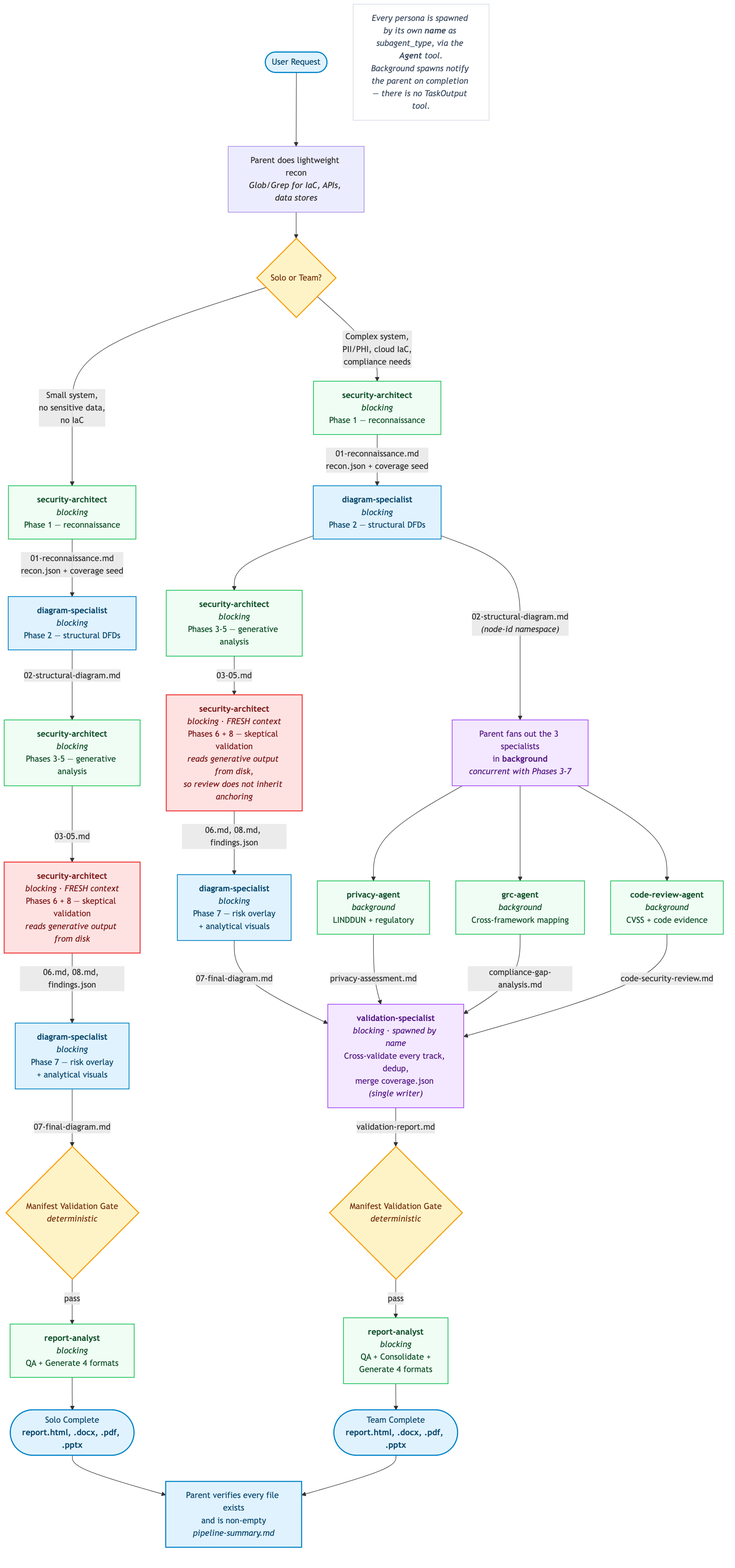
trwilcoxson/threat-model-suite keeps this Mermaid diagram as docs/diagrams/pipeline-flow.png. Above is the earlier version. Its source is kept beside it as docs/diagrams/pipeline-flow.mmd. Its diagram source:
```mermaid
%%{init: {"theme": "base", "themeVariables": {"primaryColor": "#f5f5f5", "primaryTextColor": "#1a1a2e", "primaryBorderColor": "#555", "lineColor": "#4a4a6a", "secondaryColor": "#e8eaf6", "fontSize": "15px", "fontFamily": "'Segoe UI', 'Helvetica Neue', Arial, sans-serif", "edgeLabelBackground": "#ffffffee", "clusterBkg": "#f8f9fa", "clusterBorder": "#dee2e6"}, "flowchart": {"useMaxWidth": false, "htmlLabels": true, "curve": "basis", "padding": 24, "nodeSpacing": 50, "rankSpacing": 60}}}%%

flowchart TD
    Start(["User Request"]) --> Step0["<b>Step 0 — run selection</b><br/>menu: mode · team · outputs · chain <i>(opt-in)</i><br/><i>STOP for user pick</i> → run-plan.json"]
    Step0 --> Plan{"START gate<br/><i>run-plan.json confirmed?</i>"}
    Plan -->|"deny → show menu"| Step0
    Plan -->|"pass"| Recon["Parent does lightweight recon<br/><i>Glob/Grep for IaC, APIs, data stores</i>"]
    Recon --> Mode{"Solo or Team?"}

    Mode -->|"Small system,<br/>no sensitive data,<br/>no IaC"| Solo_SA1["<b>security-architect</b><br/><i>blocking</i><br/>Phase 1 — reconnaissance"]
    Solo_SA1 -->|"01-reconnaissance.md<br/>recon.json + coverage seed"| Solo_DS1["<b>diagram-specialist</b><br/><i>blocking</i><br/>Phase 2 — structural DFDs"]
    Solo_DS1 -->|"02-structural-diagram.md"| Solo_SA2["<b>security-architect</b><br/><i>blocking</i><br/>Phases 3-5 — generative analysis"]
    Solo_SA2 -->|"03-05.md"| Solo_SAV["<b>security-architect</b><br/><i>blocking · FRESH context</i><br/>Phases 6 + 8 — skeptical validation<br/><i>reads generative output from disk</i>"]
    Solo_SAV -->|"06.md, 08.md, findings.json"| Solo_DS2["<b>diagram-specialist</b><br/><i>blocking</i><br/>Phase 7 — risk overlay<br/>+ analytical visuals"]
    Solo_DS2 -->|"07-final-diagram.md"| Solo_Gate{"Manifest Validation Gate<br/><i>deterministic</i>"}
    Solo_Gate -->|"pass"| Solo_RA["<b>report-analyst</b><br/><i>blocking</i><br/>QA + Generate 4 formats"]
    Solo_RA --> Solo_Done(["Solo Complete<br/><b>report.html, .docx, .pdf, .pptx</b>"])
    Solo_RA -.->|"if dashboard ∈ run-plan.outputs"| Dash["<b>dashboard.html</b><br/><i>Phase 8 · opt-in</i><br/>offline analytics + run's own diagram"]

    Mode -->|"Complex system,<br/>PII/PHI, cloud IaC,<br/>compliance needs"| Team_SA1["<b>security-architect</b><br/><i>blocking</i><br/>Phase 1 — reconnaissance"]
    Team_SA1 -->|"01-reconnaissance.md<br/>recon.json + coverage seed"| Team_DS1["<b>diagram-specialist</b><br/><i>blocking</i><br/>Phase 2 — structural DFDs"]

    Team_DS1 -->|"02-structural-diagram.md<br/><i>(node-id namespace)</i>"| Fork["Parent fans out the 3 specialists<br/>in <b>background</b><br/><i>concurrent with Phases 3-7</i>"]
    Team_DS1 --> Team_SA2["<b>security-architect</b><br/><i>blocking</i><br/>Phases 3-5 — generative analysis"]

    Fork --> PA["<b>privacy-agent</b><br/><i>background</i><br/>LINDDUN + regulatory"]
    Fork --> GRC["<b>grc-agent</b><br/><i>background</i><br/>Cross-framework mapping"]
    Fork --> CR["<b>code-review-agent</b><br/><i>background</i><br/>CVSS + code evidence"]

    Team_SA2 -->|"03-05.md"| Team_SAV["<b>security-architect</b><br/><i>blocking · FRESH context</i><br/>Phases 6 + 8 — skeptical validation<br/><i>reads generative output from disk,<br/>so review does not inherit anchoring</i>"]
    Team_SAV -->|"06.md, 08.md, findings.json"| Team_DS2["<b>diagram-specialist</b><br/><i>blocking</i><br/>Phase 7 — risk overlay<br/>+ analytical visuals"]

    VS["<b>validation-specialist</b><br/><i>blocking · spawned by name</i><br/>Cross-validate every track, dedup,<br/>merge coverage.json <i>(single writer)</i>"]

    Team_DS2 -->|"07-final-diagram.md"| VS
    PA -->|"privacy-assessment.md"| VS
    GRC -->|"compliance-gap-analysis.md"| VS
    CR -->|"code-security-review.md"| VS

    VS -->|"validation-report.md"| Team_Gate{"Manifest Validation Gate<br/><i>deterministic</i>"}
    Team_Gate -->|"pass"| Team_RA["<b>report-analyst</b><br/><i>blocking</i><br/>QA + Consolidate +<br/>Generate 4 formats"]
    Team_RA --> Team_Done(["Team Complete<br/><b>report.html, .docx, .pdf, .pptx</b>"])
    Team_RA -.->|"if dashboard ∈ run-plan.outputs"| Dash

    Dash -.->|"if chained (Step-0 opt-in)<br/>upsert run into portfolio.json"| Portfolio["<b>portfolio.html</b> — portfolio meta-view<br/><i>level above the per-product dashboard</i><br/>rolls up N member runs (worst-of posture,<br/>summed severity, assessed-weighted coverage,<br/>chain map, cross-product CWE/ATT&amp;CK/STRIDE)<br/>cards drill into each product's own dashboard.html"]

    Solo_Done --> Verify["Parent verifies every file exists<br/>and is non-empty<br/><i>pipeline-summary.md</i>"]
    Team_Done --> Verify

    Note["<i>Every persona is spawned by its own <b>name</b> as subagent_type, via the <b>Agent</b> tool.<br/>Background spawns notify the parent on completion — there is no TaskOutput tool.</i>"]

    classDef start fill:#e0f2fe,stroke:#0284c7,stroke-width:2px,color:#0c4a6e
    classDef decision fill:#fef3c7,stroke:#f59e0b,stroke-width:2px,color:#78350f
    classDef agent fill:#f0fdf4,stroke:#22c55e,stroke-width:1.5px,color:#14532d
    classDef diagram fill:#e0f2fe,stroke:#0284c7,stroke-width:1.5px,color:#0c4a6e
    classDef done fill:#f0fdf4,stroke:#16a34a,stroke-width:2px,color:#14532d
    classDef control fill:#f3e8ff,stroke:#a855f7,stroke-width:1.5px,color:#581c87
    classDef fresh fill:#fee2e2,stroke:#ef4444,stroke-width:2px,color:#7f1d1d
    classDef note fill:#ffffff,stroke:#cbd5e1,stroke-width:1px,color:#475569

    class Start,Solo_Done,Team_Done,Verify start
    class Step0,Dash agent
    class Portfolio done
    class Mode,Solo_Gate,Team_Gate,Plan decision
    class Solo_SA1,Solo_SA2,Team_SA1,Team_SA2,PA,GRC,CR,Solo_RA,Team_RA agent
    class Solo_DS1,Solo_DS2,Team_DS1,Team_DS2 diagram
    class Fork,VS control
    class Solo_SAV,Team_SAV fresh
    class Note note
```
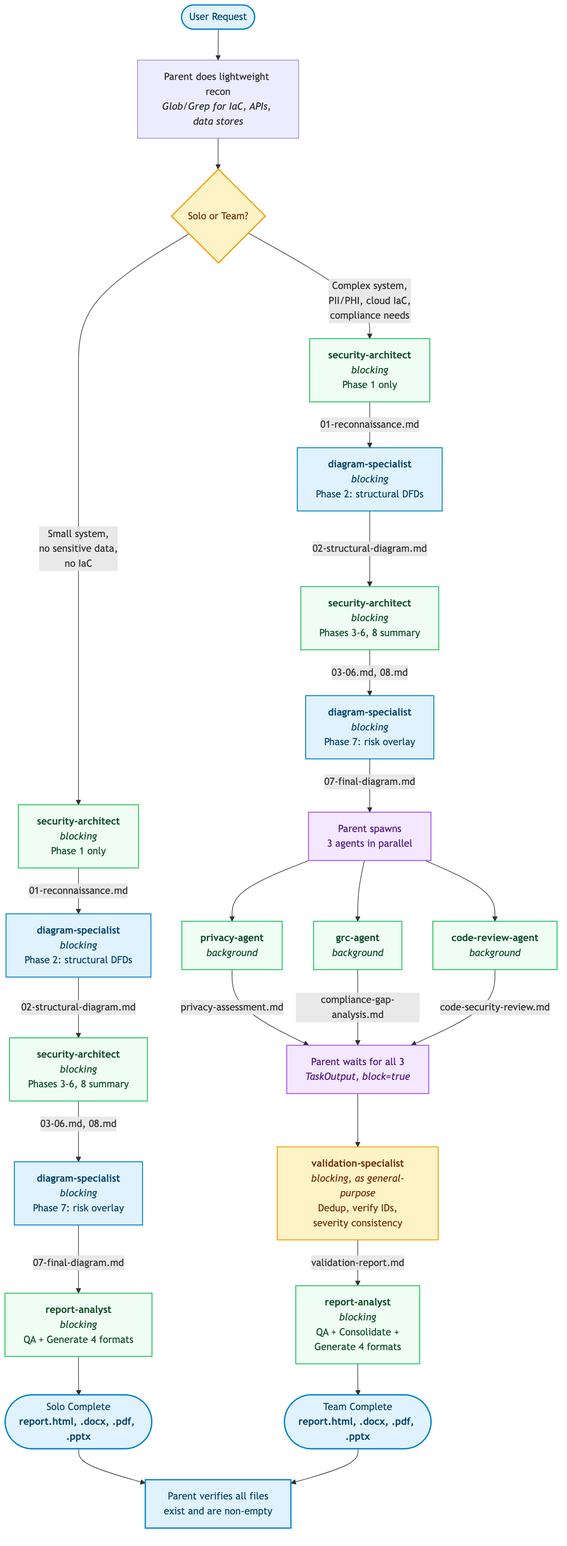
After the commit.

The edit, as a diff of the source:
```diff
@@ -1,69 +1,52 @@
 %%{init: {"theme": "base", "themeVariables": {"primaryColor": "#f5f5f5", "primaryTextColor": "#1a1a2e", "primaryBorderColor": "#555", "lineColor": "#4a4a6a", "secondaryColor": "#e8eaf6", "fontSize": "15px", "fontFamily": "'Segoe UI', 'Helvetica Neue', Arial, sans-serif", "edgeLabelBackground": "#ffffffee", "clusterBkg": "#f8f9fa", "clusterBorder": "#dee2e6"}, "flowchart": {"useMaxWidth": false, "htmlLabels": true, "curve": "basis", "padding": 24, "nodeSpacing": 50, "rankSpacing": 60}}}%%
 
 flowchart TD
-    Start(["User Request"]) --> Step0["<b>Step 0 — run selection</b><br/>menu: mode · team · outputs · chain <i>(opt-in)</i><br/><i>STOP for user pick</i> → run-plan.json"]
-    Step0 --> Plan{"START gate<br/><i>run-plan.json confirmed?</i>"}
-    Plan -->|"deny → show menu"| Step0
-    Plan -->|"pass"| Recon["Parent does lightweight recon<br/><i>Glob/Grep for IaC, APIs, data stores</i>"]
+    Start(["User Request"]) --> Recon["Parent does lightweight recon<br/><i>Glob/Grep for IaC, APIs, data stores</i>"]
     Recon --> Mode{"Solo or Team?"}
 
-    Mode -->|"Small system,<br/>no sensitive data,<br/>no IaC"| Solo_SA1["<b>security-architect</b><br/><i>blocking</i><br/>Phase 1 — reconnaissance"]
-    Solo_SA1 -->|"01-reconnaissance.md<br/>recon.json + coverage seed"| Solo_DS1["<b>diagram-specialist</b><br/><i>blocking</i><br/>Phase 2 — structural DFDs"]
-    Solo_DS1 -->|"02-structural-diagram.md"| Solo_SA2["<b>security-architect</b><br/><i>blocking</i><br/>Phases 3-5 — generative analysis"]
-    Solo_SA2 -->|"03-05.md"| Solo_SAV["<b>security-architect</b><br/><i>blocking · FRESH context</i><br/>Phases 6 + 8 — skeptical validation<br/><i>reads generative output from disk</i>"]
-    Solo_SAV -->|"06.md, 08.md, findings.json"| Solo_DS2["<b>diagram-specialist</b><br/><i>blocking</i><br/>Phase 7 — risk overlay<br/>+ analytical visuals"]
-    Solo_DS2 -->|"07-final-diagram.md"| Solo_Gate{"Manifest Validation Gate<br/><i>deterministic</i>"}
-    Solo_Gate -->|"pass"| Solo_RA["<b>report-analyst</b><br/><i>blocking</i><br/>QA + Generate 4 formats"]
+    Mode -->|"Small system,<br/>no sensitive data,<br/>no IaC"| Solo_SA1["<b>security-architect</b><br/><i>blocking</i><br/>Phase 1 only"]
+    Solo_SA1 -->|"01-reconnaissance.md"| Solo_DS1["<b>diagram-specialist</b><br/><i>blocking</i><br/>Phase 2: structural DFDs"]
+    Solo_DS1 -->|"02-structural-diagram.md"| Solo_SA2["<b>security-architect</b><br/><i>blocking</i><br/>Phases 3-6, 8 summary"]
+    Solo_SA2 -->|"03-06.md, 08.md"| Solo_DS2["<b>diagram-specialist</b><br/><i>blocking</i><br/>Phase 7: risk overlay"]
+    Solo_DS2 -->|"07-final-diagram.md"| Solo_RA["<b>report-analyst</b><br/><i>blocking</i><br/>QA + Generate 4 formats"]
     Solo_RA --> Solo_Done(["Solo Complete<br/><b>report.html, .docx, .pdf, .pptx</b>"])
-    Solo_RA -.->|"if dashboard ∈ run-plan.outputs"| Dash["<b>dashboard.html</b><br/><i>Phase 8 · opt-in</i><br/>offline analytics + run's own diagram"]
 
-    Mode -->|"Complex system,<br/>PII/PHI, cloud IaC,<br/>compliance needs"| Team_SA1["<b>security-architect</b><br/><i>blocking</i><br/>Phase 1 — reconnaissance"]
-    Team_SA1 -->|"01-reconnaissance.md<br/>recon.json + coverage seed"| Team_DS1["<b>diagram-specialist</b><br/><i>blocking</i><br/>Phase 2 — structural DFDs"]
+    Mode -->|"Complex system,<br/>PII/PHI, cloud IaC,<br/>compliance needs"| Team_SA1["<b>security-architect</b><br/><i>blocking</i><br/>Phase 1 only"]
 
-    Team_DS1 -->|"02-structural-diagram.md<br/><i>(node-id namespace)</i>"| Fork["Parent fans out the 3 specialists<br/>in <b>background</b><br/><i>concurrent with Phases 3-7</i>"]
-    Team_DS1 --> Team_SA2["<b>security-architect</b><br/><i>blocking</i><br/>Phases 3-5 — generative analysis"]
+    Team_SA1 -->|"01-reconnaissance.md"| Team_DS1["<b>diagram-specialist</b><br/><i>blocking</i><br/>Phase 2: structural DFDs"]
+    Team_DS1 -->|"02-structural-diagram.md"| Team_SA2["<b>security-architect</b><br/><i>blocking</i><br/>Phases 3-6, 8 summary"]
+    Team_SA2 -->|"03-06.md, 08.md"| Team_DS2["<b>diagram-specialist</b><br/><i>blocking</i><br/>Phase 7: risk overlay"]
 
-    Fork --> PA["<b>privacy-agent</b><br/><i>background</i><br/>LINDDUN + regulatory"]
-    Fork --> GRC["<b>grc-agent</b><br/><i>background</i><br/>Cross-framework mapping"]
-    Fork --> CR["<b>code-review-agent</b><br/><i>background</i><br/>CVSS + code evidence"]
+    Team_DS2 -->|"07-final-diagram.md"| Fork["Parent spawns<br/>3 agents in parallel"]
 
-    Team_SA2 -->|"03-05.md"| Team_SAV["<b>security-architect</b><br/><i>blocking · FRESH context</i><br/>Phases 6 + 8 — skeptical validation<br/><i>reads generative output from disk,<br/>so review does not inherit anchoring</i>"]
-    Team_SAV -->|"06.md, 08.md, findings.json"| Team_DS2["<b>diagram-specialist</b><br/><i>blocking</i><br/>Phase 7 — risk overlay<br/>+ analytical visuals"]
+    Fork --> PA["<b>privacy-agent</b><br/><i>background</i>"]
+    Fork --> GRC["<b>grc-agent</b><br/><i>background</i>"]
+    Fork --> CR["<b>code-review-agent</b><br/><i>background</i>"]
 
-    VS["<b>validation-specialist</b><br/><i>blocking · spawned by name</i><br/>Cross-validate every track, dedup,<br/>merge coverage.json <i>(single writer)</i>"]
+    PA -->|"privacy-assessment.md"| Join["Parent waits for all 3<br/><i>TaskOutput, block=true</i>"]
+    GRC -->|"compliance-gap-analysis.md"| Join
+    CR -->|"code-security-review.md"| Join
 
-    Team_DS2 -->|"07-final-diagram.md"| VS
-    PA -->|"privacy-assessment.md"| VS
-    GRC -->|"compliance-gap-analysis.md"| VS
-    CR -->|"code-security-review.md"| VS
+    Join --> VS["<b>validation-specialist</b><br/><i>blocking, as general-purpose</i><br/>Dedup, verify IDs,<br/>severity consistency"]
 
-    VS -->|"validation-report.md"| Team_Gate{"Manifest Validation Gate<br/><i>deterministic</i>"}
-    Team_Gate -->|"pass"| Team_RA["<b>report-analyst</b><br/><i>blocking</i><br/>QA + Consolidate +<br/>Generate 4 formats"]
+    VS -->|"validation-report.md"| Team_RA["<b>report-analyst</b><br/><i>blocking</i><br/>QA + Consolidate +<br/>Generate 4 formats"]
+
     Team_RA --> Team_Done(["Team Complete<br/><b>report.html, .docx, .pdf, .pptx</b>"])
-    Team_RA -.->|"if dashboard ∈ run-plan.outputs"| Dash
 
-    Dash -.->|"if chained (Step-0 opt-in)<br/>upsert run into portfolio.json"| Portfolio["<b>portfolio.html</b> — portfolio meta-view<br/><i>level above the per-product dashboard</i><br/>rolls up N member runs (worst-of posture,<br/>summed severity, assessed-weighted coverage,<br/>chain map, cross-product CWE/ATT&amp;CK/STRIDE)<br/>cards drill into each product's own dashboard.html"]
-
-    Solo_Done --> Verify["Parent verifies every file exists<br/>and is non-empty<br/><i>pipeline-summary.md</i>"]
+    Solo_Done --> Verify["Parent verifies all files<br/>exist and are non-empty"]
     Team_Done --> Verify
-
-    Note["<i>Every persona is spawned by its own <b>name</b> as subagent_type, via the <b>Agent</b> tool.<br/>Background spawns notify the parent on completion — there is no TaskOutput tool.</i>"]
 
     classDef start fill:#e0f2fe,stroke:#0284c7,stroke-width:2px,color:#0c4a6e
     classDef decision fill:#fef3c7,stroke:#f59e0b,stroke-width:2px,color:#78350f
     classDef agent fill:#f0fdf4,stroke:#22c55e,stroke-width:1.5px,color:#14532d
     classDef diagram fill:#e0f2fe,stroke:#0284c7,stroke-width:1.5px,color:#0c4a6e
+    classDef post fill:#fef3c7,stroke:#f59e0b,stroke-width:1.5px,color:#78350f
     classDef done fill:#f0fdf4,stroke:#16a34a,stroke-width:2px,color:#14532d
     classDef control fill:#f3e8ff,stroke:#a855f7,stroke-width:1.5px,color:#581c87
-    classDef fresh fill:#fee2e2,stroke:#ef4444,stroke-width:2px,color:#7f1d1d
-    classDef note fill:#ffffff,stroke:#cbd5e1,stroke-width:1px,color:#475569
 
     class Start,Solo_Done,Team_Done,Verify start
-    class Step0,Dash agent
-    class Portfolio done
-    class Mode,Solo_Gate,Team_Gate,Plan decision
+    class Mode decision
     class Solo_SA1,Solo_SA2,Team_SA1,Team_SA2,PA,GRC,CR,Solo_RA,Team_RA agent
     class Solo_DS1,Solo_DS2,Team_DS1,Team_DS2 diagram
-    class Fork,VS control
-    class Solo_SAV,Team_SAV fresh
-    class Note note
+    class Fork,Join control
+    class VS post
```
